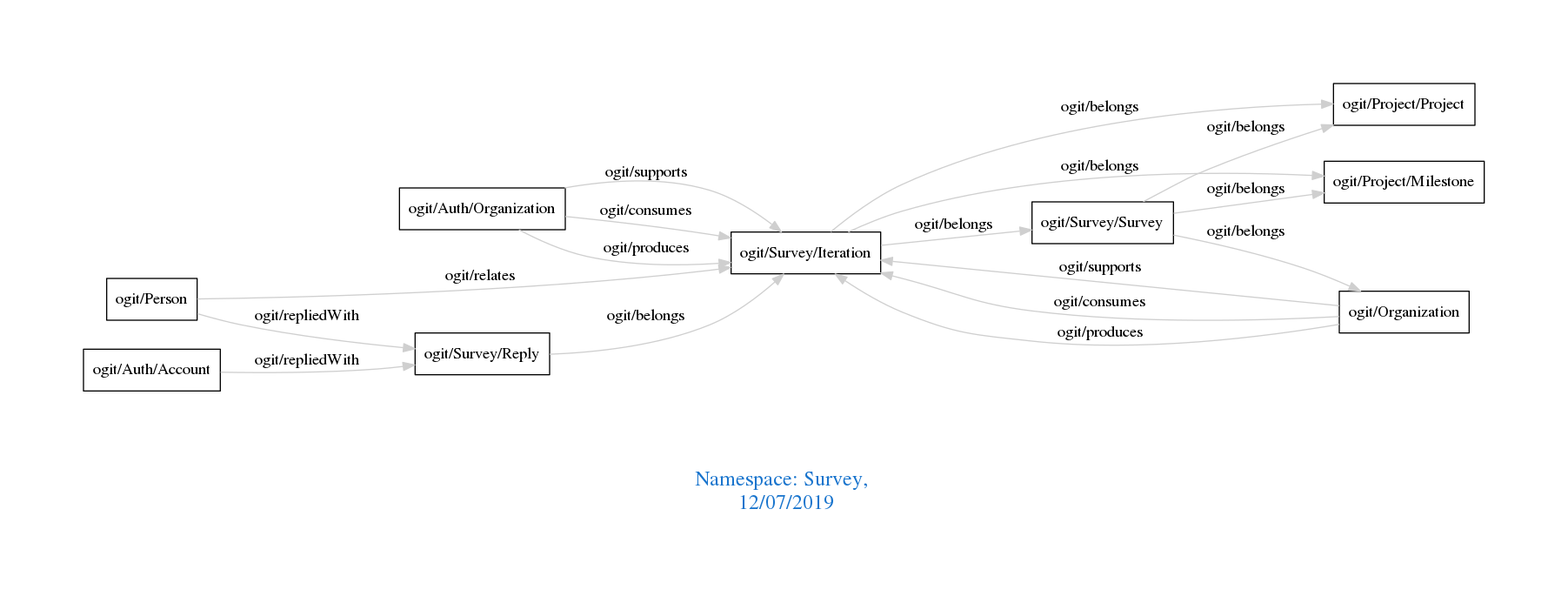
Above: downloads/Survey.png in arago/OGIT (Graphviz), before the change. Its source is kept beside it as downloads/Survey.dot.
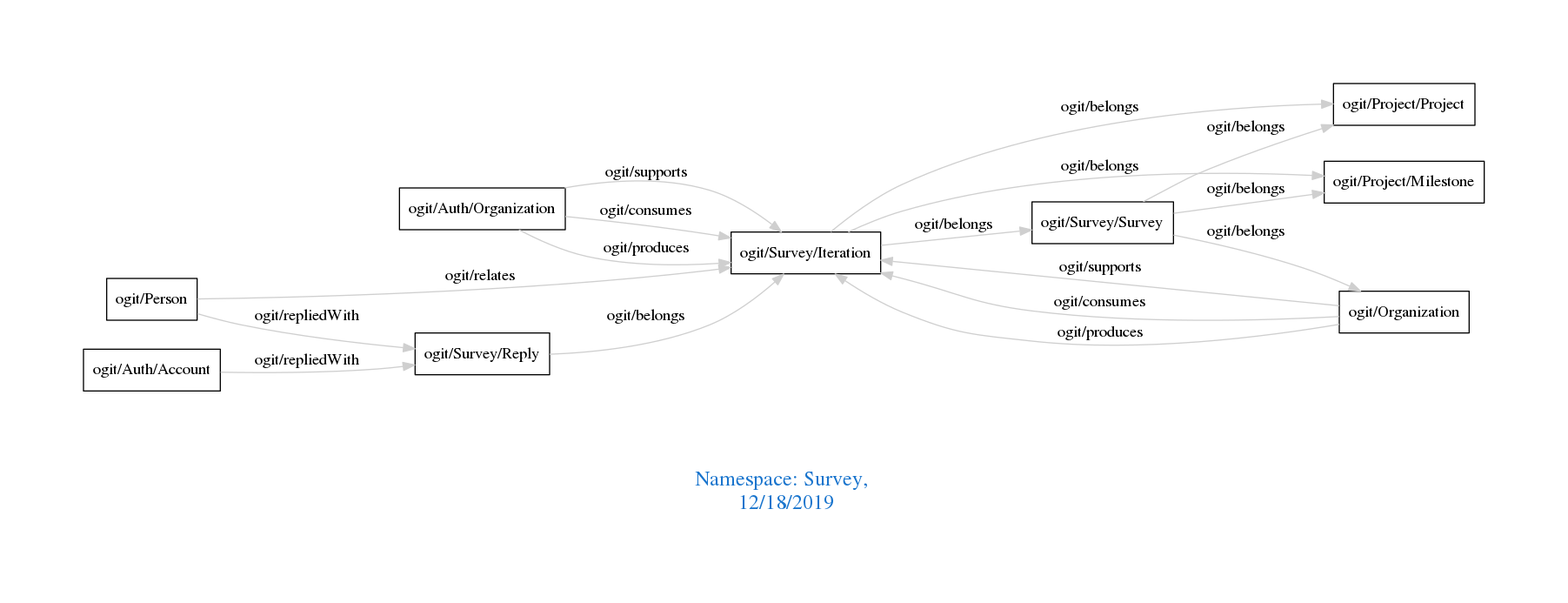
The same diagram one commit later.

What changed in the source:
```diff
@@ -1,7 +1,7 @@
 digraph OGIT_ontology {
  graph [ rankdir= LR,pad=1
 fontsize = 18,
-fontcolor= dodgerblue3,label = "\n\n\nNamespace: Survey, \n 12/07/2019"];
+fontcolor= dodgerblue3,label = "\n\n\nNamespace: Survey, \n 12/18/2019"];
 node[shape=polygon];
 edge [  color="gray81"];
 
```
